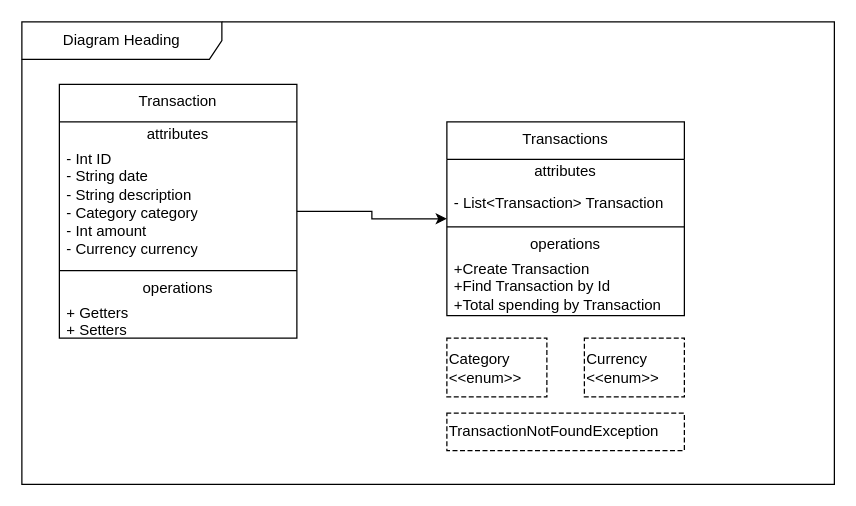
This is docs/TransactionServiceUML.drawio from Cameron-Maclean080601/Banking-Service, a draw.io file, before an edit. Source tidied: cells renumbered, new cells numbered last; positions are measured from the earlier drawing's top-left corner, leaving out a move shared by most shapes. Both pictures are drawn from the tidied source at 125%, with x=0, y=0 at pixel (21, 21).
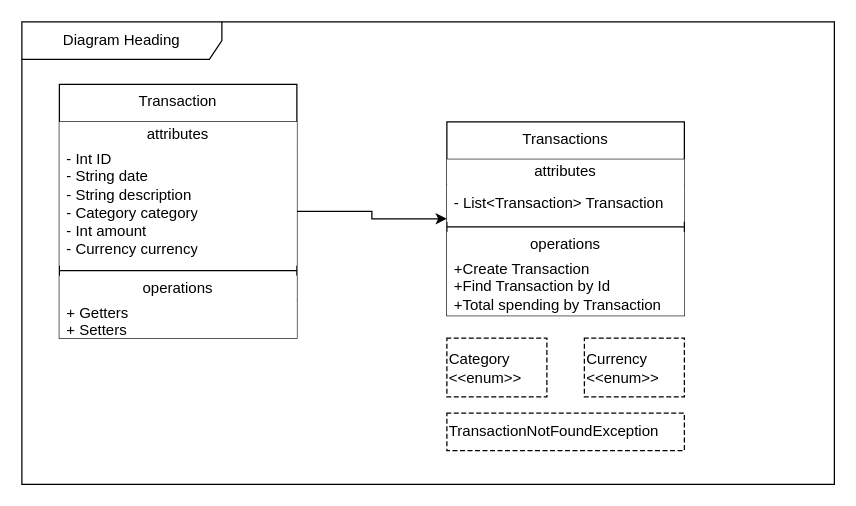
After the change.

Commit message (it also covers changes not shown here):
fixed background of UML

Change to the diagram source:
```diff
@@
 <mxGraphModel>
   <root>
     <mxCell id="0" />
     <mxCell id="1" parent="0" />
     <mxCell id="2" style="edgeStyle=orthogonalEdgeStyle;rounded=0;jettySize=auto;html=1;exitX=1;exitY=0.5;exitDx=0;exitDy=0;entryX=0;entryY=0.5;entryDx=0;entryDy=0;" parent="1" edge="1" source="3" target="9">
       <mxGeometry relative="1" as="geometry" />
     </mxCell>
     <mxCell id="3" value="Transaction" style="swimlane;fontStyle=0;align=center;verticalAlign=top;horizontal=1;startSize=30;html=1;whiteSpace=wrap;" parent="1" vertex="1">
       <mxGeometry x="30" y="50" width="190" height="203" as="geometry" />
     </mxCell>
-    <mxCell id="4" value="attributes" style="text;html=1;strokeColor=none;fillColor=none;align=center;verticalAlign=middle;spacingLeft=4;spacingRight=4;overflow=hidden;whiteSpace=wrap;" parent="3" vertex="1">
+    <mxCell id="4" value="attributes" style="text;html=1;strokeColor=none;fillColor=default;align=center;verticalAlign=middle;spacingLeft=4;spacingRight=4;overflow=hidden;whiteSpace=wrap;" parent="3" vertex="1">
       <mxGeometry y="30" width="190" height="20" as="geometry" />
     </mxCell>
-    <mxCell id="5" value="&lt;div&gt;- Int ID&lt;/div&gt;&lt;div&gt;- String date&lt;/div&gt;&lt;div&gt;- String description&lt;/div&gt;&lt;div&gt;- Category category&lt;/div&gt;&lt;div&gt;- Int amount&lt;/div&gt;&lt;div&gt;- Currency currency&lt;/div&gt;&lt;div&gt;&lt;br&gt;&lt;/div&gt;" style="text;html=1;strokeColor=none;fillColor=none;align=left;verticalAlign=middle;spacingLeft=4;spacingRight=4;overflow=hidden;whiteSpace=wrap;" parent="3" vertex="1">
+    <mxCell id="5" value="&lt;div&gt;- Int ID&lt;/div&gt;&lt;div&gt;- String date&lt;/div&gt;&lt;div&gt;- String description&lt;/div&gt;&lt;div&gt;- Category category&lt;/div&gt;&lt;div&gt;- Int amount&lt;/div&gt;&lt;div&gt;- Currency currency&lt;/div&gt;&lt;div&gt;&lt;br&gt;&lt;/div&gt;" style="text;html=1;strokeColor=none;fillColor=default;align=left;verticalAlign=middle;spacingLeft=4;spacingRight=4;overflow=hidden;whiteSpace=wrap;" parent="3" vertex="1">
       <mxGeometry y="50" width="190" height="95" as="geometry" />
     </mxCell>
-    <mxCell id="6" style="line;strokeWidth=1;fillColor=none;align=left;verticalAlign=middle;spacingTop=-1;spacingLeft=3;spacingRight=3;labelPosition=right;" parent="3" vertex="1">
+    <mxCell id="6" style="line;strokeWidth=1;fillColor=default;align=left;verticalAlign=middle;spacingTop=-1;spacingLeft=3;spacingRight=3;labelPosition=right;" parent="3" vertex="1">
       <mxGeometry y="145" width="190" height="8" as="geometry" />
     </mxCell>
-    <mxCell id="7" value="&lt;div&gt;operations&lt;/div&gt;" style="text;html=1;strokeColor=none;fillColor=none;align=center;verticalAlign=middle;spacingLeft=4;spacingRight=4;overflow=hidden;whiteSpace=wrap;" parent="3" vertex="1">
+    <mxCell id="7" value="&lt;div&gt;operations&lt;/div&gt;" style="text;html=1;strokeColor=none;fillColor=default;align=center;verticalAlign=middle;spacingLeft=4;spacingRight=4;overflow=hidden;whiteSpace=wrap;" parent="3" vertex="1">
       <mxGeometry y="153" width="190" height="20" as="geometry" />
     </mxCell>
-    <mxCell id="8" value="&lt;div&gt;+ Getters&lt;/div&gt;&lt;div&gt;+ Setters&lt;/div&gt;" style="text;html=1;strokeColor=none;fillColor=none;align=left;verticalAlign=middle;spacingLeft=4;spacingRight=4;overflow=hidden;whiteSpace=wrap;" parent="3" vertex="1">
+    <mxCell id="8" value="&lt;div&gt;+ Getters&lt;/div&gt;&lt;div&gt;+ Setters&lt;/div&gt;" style="text;html=1;strokeColor=none;fillColor=default;align=left;verticalAlign=middle;spacingLeft=4;spacingRight=4;overflow=hidden;whiteSpace=wrap;" parent="3" vertex="1">
       <mxGeometry y="173" width="190" height="30" as="geometry" />
     </mxCell>
     <mxCell id="9" value="Transactions" style="swimlane;fontStyle=0;align=center;verticalAlign=top;horizontal=1;startSize=30;html=1;whiteSpace=wrap;" parent="1" vertex="1">
       <mxGeometry x="340" y="80" width="190" height="155" as="geometry" />
     </mxCell>
-    <mxCell id="10" value="attributes" style="text;html=1;strokeColor=none;fillColor=none;align=center;verticalAlign=middle;spacingLeft=4;spacingRight=4;overflow=hidden;whiteSpace=wrap;" parent="9" vertex="1">
+    <mxCell id="10" value="attributes" style="text;html=1;strokeColor=none;fillColor=default;align=center;verticalAlign=middle;spacingLeft=4;spacingRight=4;overflow=hidden;whiteSpace=wrap;" parent="9" vertex="1">
       <mxGeometry y="30" width="190" height="20" as="geometry" />
     </mxCell>
-    <mxCell id="11" value="- List&amp;lt;Transaction&amp;gt; Transaction" style="text;html=1;strokeColor=none;fillColor=none;align=left;verticalAlign=middle;spacingLeft=4;spacingRight=4;overflow=hidden;whiteSpace=wrap;" parent="9" vertex="1">
+    <mxCell id="11" value="- List&amp;lt;Transaction&amp;gt; Transaction" style="text;html=1;strokeColor=none;fillColor=default;align=left;verticalAlign=middle;spacingLeft=4;spacingRight=4;overflow=hidden;whiteSpace=wrap;" parent="9" vertex="1">
       <mxGeometry y="50" width="190" height="30" as="geometry" />
     </mxCell>
-    <mxCell id="12" style="line;strokeWidth=1;fillColor=none;align=left;verticalAlign=middle;spacingTop=-1;spacingLeft=3;spacingRight=3;labelPosition=right;" parent="9" vertex="1">
+    <mxCell id="12" style="line;strokeWidth=1;fillColor=default;align=left;verticalAlign=middle;spacingTop=-1;spacingLeft=3;spacingRight=3;labelPosition=right;" parent="9" vertex="1">
       <mxGeometry y="80" width="190" height="8" as="geometry" />
     </mxCell>
-    <mxCell id="13" value="operations" style="text;html=1;strokeColor=none;fillColor=none;align=center;verticalAlign=middle;spacingLeft=4;spacingRight=4;overflow=hidden;whiteSpace=wrap;" parent="9" vertex="1">
+    <mxCell id="13" value="operations" style="text;html=1;strokeColor=none;fillColor=default;align=center;verticalAlign=middle;spacingLeft=4;spacingRight=4;overflow=hidden;whiteSpace=wrap;" parent="9" vertex="1">
       <mxGeometry y="88" width="190" height="20" as="geometry" />
     </mxCell>
-    <mxCell id="14" value="&lt;div&gt;+Create Transaction&lt;/div&gt;&lt;div&gt;+Find Transaction by Id&lt;/div&gt;&lt;div&gt;+Total spending by Transaction&lt;/div&gt;&lt;div&gt;&lt;br&gt;&lt;/div&gt;" style="text;html=1;strokeColor=none;fillColor=none;align=left;verticalAlign=middle;spacingLeft=4;spacingRight=4;overflow=hidden;whiteSpace=wrap;" parent="9" vertex="1">
+    <mxCell id="14" value="&lt;div&gt;+Create Transaction&lt;/div&gt;&lt;div&gt;+Find Transaction by Id&lt;/div&gt;&lt;div&gt;+Total spending by Transaction&lt;/div&gt;&lt;div&gt;&lt;br&gt;&lt;/div&gt;" style="text;html=1;strokeColor=none;fillColor=default;align=left;verticalAlign=middle;spacingLeft=4;spacingRight=4;overflow=hidden;whiteSpace=wrap;" parent="9" vertex="1">
       <mxGeometry y="108" width="190" height="47" as="geometry" />
     </mxCell>
     <mxCell id="15" value="Diagram Heading" style="shape=umlFrame;whiteSpace=wrap;html=1;width=160;" parent="1" vertex="1">
       <mxGeometry width="650" height="370" as="geometry" />
     </mxCell>
     <mxCell id="16" value="&lt;div&gt;Category&lt;/div&gt;&lt;div&gt;&amp;lt;&amp;lt;enum&amp;gt;&amp;gt;&lt;/div&gt;" style="shape=partialRectangle;html=1;top=1;align=left;dashed=1;" parent="15" vertex="1">
       <mxGeometry x="340" y="253" width="80" height="47" as="geometry" />
     </mxCell>
     <mxCell id="17" value="&lt;div&gt;Currency&lt;/div&gt;&lt;div&gt;&amp;lt;&amp;lt;enum&amp;gt;&amp;gt;&lt;/div&gt;" style="shape=partialRectangle;html=1;top=1;align=left;dashed=1;" parent="15" vertex="1">
       <mxGeometry x="450" y="253" width="80" height="47" as="geometry" />
     </mxCell>
     <mxCell id="18" value="TransactionNotFoundException" style="shape=partialRectangle;html=1;top=1;align=left;dashed=1;" parent="15" vertex="1">
       <mxGeometry x="340" y="313" width="190" height="30" as="geometry" />
     </mxCell>
   </root>
 </mxGraphModel>
```
